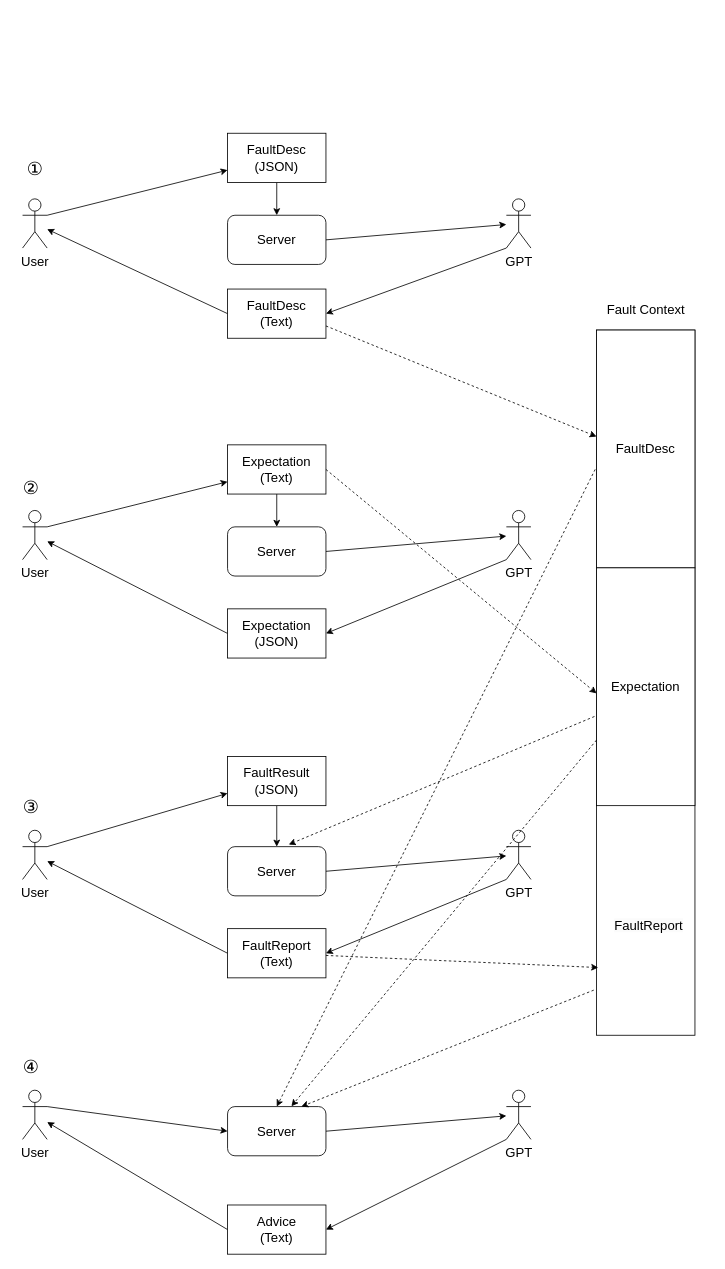
StLeoX/chatops keeps this draw.io diagram as page "数据模型" (2 of 7) of docs/chatops.drawio. Above is the earlier version. Source tidied: cells renumbered, new cells numbered last; positions are measured from the earlier drawing's top-left corner, leaving out a move shared by most shapes. Both pictures are drawn from the tidied source at 82%, with x=0, y=0 at pixel (14, 133).
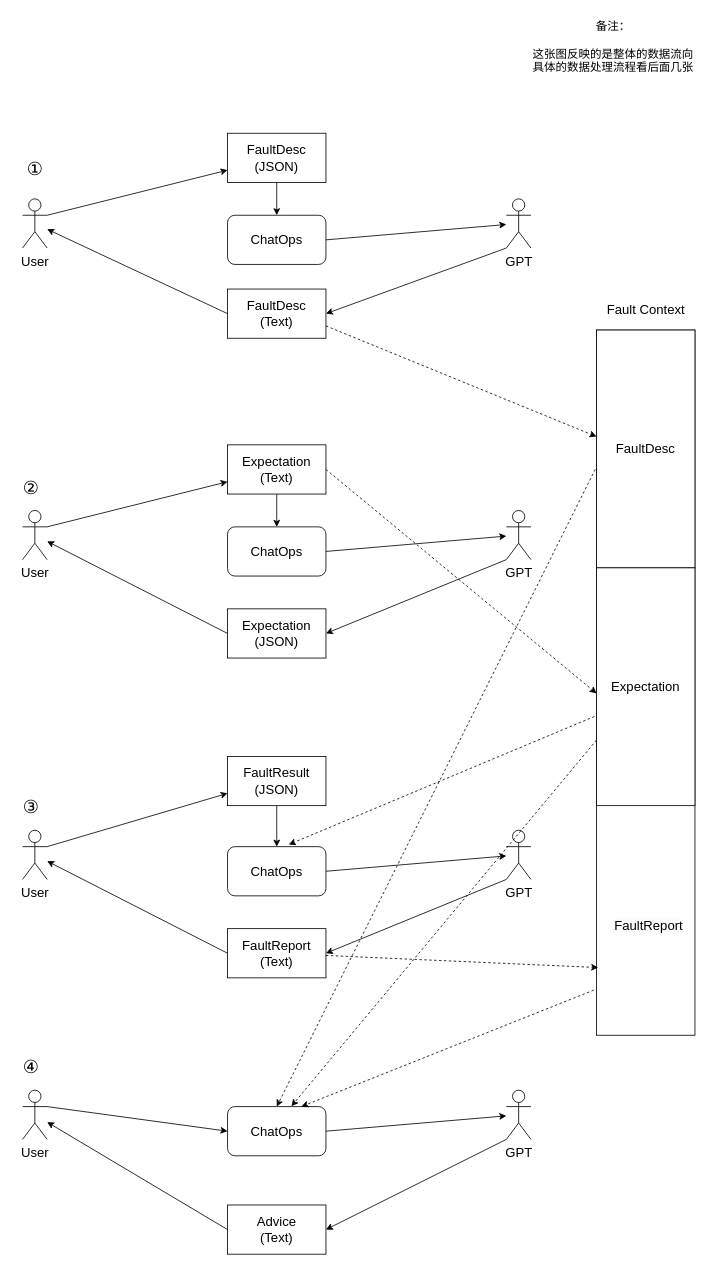
The same page after the edit.

The edit, as a diff of the source:
```diff
@@
-    <mxCell id="13" value="Server" style="rounded=1;whiteSpace=wrap;html=1;fontSize=16;" parent="1" vertex="1">
+    <mxCell id="13" value="ChatOps" style="rounded=1;whiteSpace=wrap;html=1;fontSize=16;" parent="1" vertex="1">
       <mxGeometry x="260" y="100" width="120" height="60" as="geometry" />
     </mxCell>
@@
-    <mxCell id="23" value="Server" style="rounded=1;whiteSpace=wrap;html=1;fontSize=16;" parent="1" vertex="1">
+    <mxCell id="23" value="ChatOps" style="rounded=1;whiteSpace=wrap;html=1;fontSize=16;" parent="1" vertex="1">
       <mxGeometry x="260" y="480" width="120" height="60" as="geometry" />
     </mxCell>
@@
-    <mxCell id="36" value="Server" style="rounded=1;whiteSpace=wrap;html=1;fontSize=16;" parent="1" vertex="1">
+    <mxCell id="36" value="ChatOps" style="rounded=1;whiteSpace=wrap;html=1;fontSize=16;" parent="1" vertex="1">
       <mxGeometry x="260" y="870" width="120" height="60" as="geometry" />
     </mxCell>
@@
-    <mxCell id="47" value="Server" style="rounded=1;whiteSpace=wrap;html=1;fontSize=16;" parent="1" vertex="1">
+    <mxCell id="47" value="ChatOps" style="rounded=1;whiteSpace=wrap;html=1;fontSize=16;" parent="1" vertex="1">
       <mxGeometry x="260" y="1187" width="120" height="60" as="geometry" />
     </mxCell>
@@
+    <mxCell id="56" value="&lt;font style=&quot;font-size: 14px;&quot;&gt;备注：&lt;br&gt;&lt;br&gt;这张图反映的是整体的数据流向&lt;br&gt;具体的数据处理流程看后面几张&lt;/font&gt;" style="text;html=1;align=center;verticalAlign=middle;strokeColor=none;fillColor=none;" parent="1" vertex="1">
+      <mxGeometry x="620" y="-145" width="220" height="80" as="geometry" />
+    </mxCell>
```
